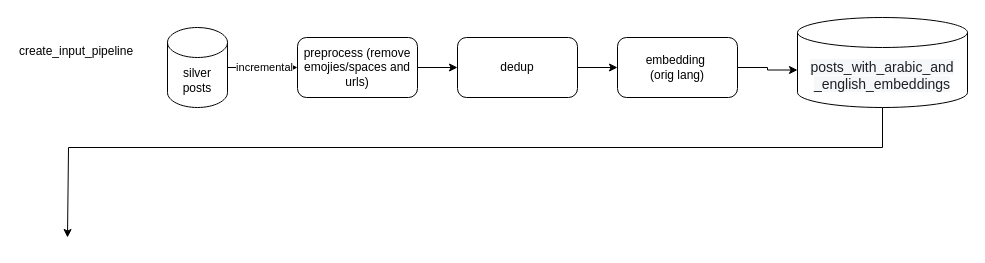
hasann716/gdp-dashboard keeps this draw.io diagram as embedding.drawio. Above is the earlier version. Source tidied: cells renumbered, new cells numbered last; positions are measured from the earlier drawing's top-left corner, leaving out a move shared by most shapes. Both pictures are drawn from the tidied source at 100%, with x=0, y=0 at pixel (17, 17).
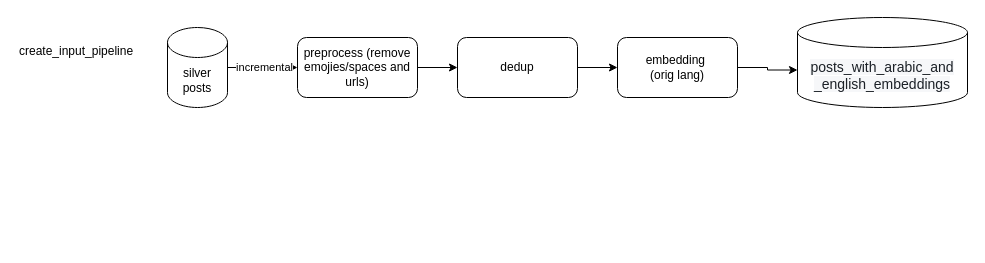
The same page after the edit.

The edit, as a diff of the source:
```diff
@@
 <mxGraphModel>
   <root>
     <mxCell id="0" />
     <mxCell id="1" parent="0" />
     <mxCell id="2" style="edgeStyle=orthogonalEdgeStyle;rounded=0;jettySize=auto;html=1;entryX=0;entryY=0.5;entryDx=0;entryDy=0;" parent="1" edge="1" source="4" target="6">
       <mxGeometry relative="1" as="geometry" />
     </mxCell>
     <mxCell id="3" value="incremental" style="edgeLabel;html=1;align=center;verticalAlign=middle;" parent="2" vertex="1">
       <mxGeometry x="0.02" y="1" relative="1" as="geometry" />
     </mxCell>
     <mxCell id="4" value="silver posts" style="shape=cylinder3;whiteSpace=wrap;html=1;boundedLbl=1;backgroundOutline=1;size=15;" parent="1" vertex="1">
       <mxGeometry x="150" y="10" width="60" height="80" as="geometry" />
     </mxCell>
     <mxCell id="5" style="edgeStyle=orthogonalEdgeStyle;rounded=0;jettySize=auto;html=1;" parent="1" edge="1" source="6" target="8">
       <mxGeometry relative="1" as="geometry" />
     </mxCell>
     <mxCell id="6" value="preprocess (remove emojies/spaces and urls)" style="rounded=1;whiteSpace=wrap;html=1;" parent="1" vertex="1">
       <mxGeometry x="280" y="20" width="120" height="60" as="geometry" />
     </mxCell>
     <mxCell id="7" style="edgeStyle=orthogonalEdgeStyle;rounded=0;jettySize=auto;html=1;" parent="1" edge="1" source="8" target="11">
       <mxGeometry relative="1" as="geometry" />
     </mxCell>
     <mxCell id="8" value="dedup" style="whiteSpace=wrap;html=1;rounded=1;" parent="1" vertex="1">
       <mxGeometry x="440" y="20" width="120" height="60" as="geometry" />
     </mxCell>
-    <mxCell id="9" style="edgeStyle=orthogonalEdgeStyle;rounded=0;jettySize=auto;html=1;" parent="1" edge="1" source="10">
-      <mxGeometry relative="1" as="geometry">
-        <mxPoint x="50" y="220" as="targetPoint" />
-        <Array as="points">
-          <mxPoint x="865" y="130" />
-          <mxPoint x="51" y="130" />
-        </Array>
-      </mxGeometry>
-    </mxCell>
     <mxCell id="10" value="&lt;span style=&quot;color: rgb(28, 33, 39); font-family: Source-Sans-Pro, Helvetica, sans-serif, blueprint-icons-16; font-size: 14px; text-align: start; text-wrap-mode: nowrap; background-color: rgb(246, 247, 249);&quot;&gt;posts_with_arabic_and&lt;/span&gt;&lt;div&gt;&lt;span style=&quot;color: rgb(28, 33, 39); font-family: Source-Sans-Pro, Helvetica, sans-serif, blueprint-icons-16; font-size: 14px; text-align: start; text-wrap-mode: nowrap; background-color: rgb(246, 247, 249);&quot;&gt;_english_embeddings&lt;/span&gt;&lt;/div&gt;" style="shape=cylinder3;whiteSpace=wrap;html=1;boundedLbl=1;backgroundOutline=1;size=15;" parent="1" vertex="1">
       <mxGeometry x="780" width="170" height="90" as="geometry" />
     </mxCell>
     <mxCell id="11" value="embedding&amp;nbsp;&lt;div&gt;(orig lang)&lt;/div&gt;" style="whiteSpace=wrap;html=1;rounded=1;" parent="1" vertex="1">
       <mxGeometry x="600" y="20" width="120" height="60" as="geometry" />
     </mxCell>
     <mxCell id="12" style="edgeStyle=orthogonalEdgeStyle;rounded=0;jettySize=auto;html=1;entryX=0;entryY=0;entryDx=0;entryDy=52.5;entryPerimeter=0;" parent="1" edge="1" source="11" target="10">
       <mxGeometry relative="1" as="geometry" />
     </mxCell>
     <mxCell id="13" value="create_input_pipeline" style="text;whiteSpace=wrap;" parent="1" vertex="1">
       <mxGeometry y="20" width="150" height="40" as="geometry" />
     </mxCell>
   </root>
 </mxGraphModel>
```
